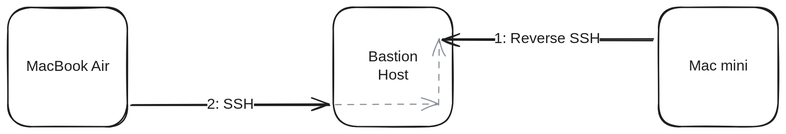
Before: bastion-host/connection-flow.excalidraw.svg, a diagram exported from Excalidraw (kuanchoulai10/mac-setup). Source tidied: one line per element, renumbered; positions are measured from the earlier drawing's top-left corner, leaving out a move shared by most shapes. Source of this version:
```json
{"id": 0, "type": "rectangle", "strokeColor": "#1e1e1e", "strokeWidth": 2, "roughness": 1, "round": true, "x": 0, "y": 0, "width": 163, "height": 163}
{"id": 1, "type": "text", "text": "MacBook Air", "strokeColor": "#1e1e1e", "strokeWidth": 2, "roughness": 1, "fontSize": 20, "fontFamily": 5, "textAlign": "center", "verticalAlign": "middle", "inside": 0, "x": 21, "y": 69, "width": 121, "height": 25}
{"id": 2, "type": "rectangle", "strokeColor": "#1e1e1e", "strokeWidth": 2, "roughness": 1, "round": true, "x": 444, "y": 0, "width": 163, "height": 163}
{"id": 3, "type": "text", "text": "Bastion\nHost", "strokeColor": "#1e1e1e", "strokeWidth": 2, "roughness": 1, "fontSize": 20, "fontFamily": 5, "textAlign": "center", "verticalAlign": "middle", "inside": 2, "x": 488, "y": 57, "width": 76, "height": 50}
{"id": 4, "type": "rectangle", "strokeColor": "#1e1e1e", "strokeWidth": 2, "roughness": 1, "round": true, "x": 889, "y": 0, "width": 163, "height": 163}
{"id": 5, "type": "text", "text": "Mac mini", "strokeColor": "#1e1e1e", "strokeWidth": 2, "roughness": 1, "fontSize": 20, "fontFamily": 5, "textAlign": "center", "verticalAlign": "middle", "inside": 4, "x": 931, "y": 69, "width": 78, "height": 25}
{"id": 6, "type": "arrow", "strokeColor": "#1e1e1e", "strokeWidth": 2, "roughness": 1, "endArrowhead": "arrow", "round": true, "from": 4, "to": 2, "x": 881, "y": 44, "width": 287, "height": 0, "points": [[0, 0], [-287, 0]]}
{"id": 7, "type": "text", "text": "1: Reverse SSH", "strokeColor": "#1e1e1e", "strokeWidth": 2, "roughness": 1, "fontSize": 20, "fontFamily": 5, "textAlign": "center", "verticalAlign": "middle", "inside": 6, "x": 666, "y": 31, "width": 143, "height": 25}
{"id": 8, "type": "arrow", "strokeColor": "#1e1e1e", "strokeWidth": 2, "roughness": 1, "endArrowhead": "arrow", "round": true, "from": 0, "to": 2, "x": 169, "y": 134, "width": 271, "height": 0, "points": [[0, 0], [271, 0]]}
{"id": 9, "type": "text", "text": "2: SSH", "strokeColor": "#1e1e1e", "strokeWidth": 1, "strokeStyle": "dashed", "roughness": 1, "fontSize": 20, "fontFamily": 5, "textAlign": "center", "verticalAlign": "middle", "inside": 8, "x": 280, "y": 121, "width": 64, "height": 25}
{"id": 10, "type": "arrow", "strokeColor": "#868e96", "strokeWidth": 1, "strokeStyle": "dashed", "roughness": 1, "endArrowhead": "arrow", "round": true, "from": 2, "x": 448, "y": 133, "width": 141, "height": 0, "points": [[0, 0], [141, 0]]}
{"id": 11, "type": "arrow", "strokeColor": "#868e96", "strokeWidth": 1, "strokeStyle": "dashed", "roughness": 1, "endArrowhead": "arrow", "round": true, "x": 589, "y": 135, "width": 0, "height": 91, "points": [[0, 0], [0, -91]]}
```
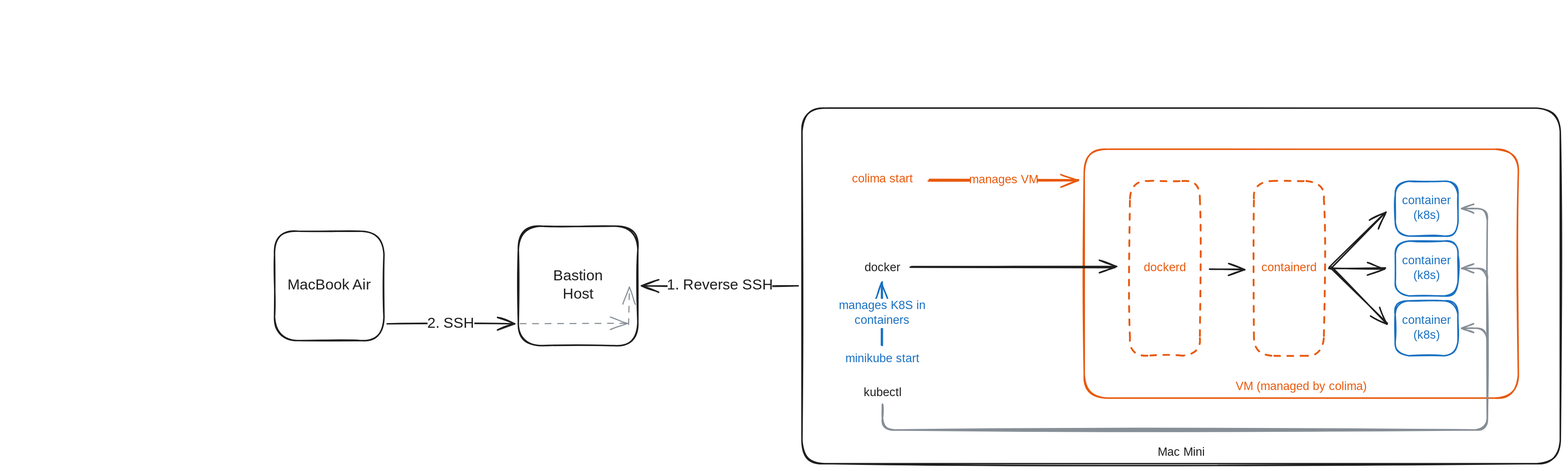
After the commit.

Commit message:
Add SSH configuration for bastion host and local access

- Created mac-mini-config for connecting to the bastion host with reverse tunneling to the Mac mini.
- Created macbook-config for local access through the bastion host, including ProxyJump configuration.
- Both configurations include necessary SSH options for stability and security.

The edit, as a diff of the source:
```diff
@@ -1,12 +1,40 @@
-{"id": 0, "type": "rectangle", "strokeColor": "#1e1e1e", "strokeWidth": 2, "roughness": 1, "round": true, "x": 0, "y": 0, "width": 163, "height": 163}
+{"id": 12, "type": "rectangle", "strokeColor": "#1e1e1e", "strokeWidth": 2, "roughness": 1, "round": true, "x": 1084, "y": 138, "width": 1035, "height": 486}
+{"id": 13, "type": "text", "text": "Mac Mini", "strokeColor": "#1e1e1e", "strokeWidth": 1, "roughness": 1, "fontSize": 16, "fontFamily": 5, "textAlign": "center", "verticalAlign": "bottom", "inside": 12, "x": 1569, "y": 598, "width": 64, "height": 20}
+{"id": 14, "type": "text", "text": "kubectl", "strokeColor": "#1e1e1e", "strokeWidth": 2, "roughness": 1, "fontSize": 16, "fontFamily": 8, "textAlign": "center", "x": 1163, "y": 517, "width": 62, "height": 20}
+{"id": 15, "type": "text", "text": "docker", "strokeColor": "#1e1e1e", "strokeWidth": 2, "roughness": 1, "fontSize": 16, "fontFamily": 8, "textAlign": "center", "x": 1168, "y": 346, "width": 53, "height": 20}
+{"id": 16, "type": "rectangle", "strokeColor": "#e8590c", "strokeWidth": 2, "roughness": 1, "round": true, "x": 1469, "y": 194, "width": 592, "height": 340}
+{"id": 17, "type": "text", "text": "VM (managed by colima)", "strokeColor": "#e8590c", "strokeWidth": 1, "roughness": 1, "fontSize": 16, "fontFamily": 5, "textAlign": "center", "verticalAlign": "bottom", "inside": 16, "x": 1675, "y": 509, "width": 181, "height": 20}
+{"id": 18, "type": "rectangle", "strokeColor": "#e8590c", "strokeWidth": 2, "strokeStyle": "dashed", "roughness": 1, "round": true, "x": 1532, "y": 237, "width": 95, "height": 239}
+{"id": 19, "type": "text", "text": "dockerd", "strokeColor": "#e8590c", "strokeWidth": 1, "roughness": 1, "fontSize": 16, "fontFamily": 5, "textAlign": "center", "verticalAlign": "middle", "inside": 18, "x": 1549, "y": 346, "width": 61, "height": 20}
+{"id": 20, "type": "arrow", "strokeColor": "#1e1e1e", "strokeWidth": 2, "roughness": 1, "endArrowhead": "arrow", "round": true, "from": 18, "to": 21, "x": 1640, "y": 357, "width": 47, "height": 0, "points": [[0, 0], [47, 0]]}
+{"id": 21, "type": "rectangle", "strokeColor": "#e8590c", "strokeWidth": 2, "strokeStyle": "dashed", "roughness": 1, "round": true, "x": 1701, "y": 237, "width": 95, "height": 239}
+{"id": 22, "type": "text", "text": "containerd", "strokeColor": "#e8590c", "strokeWidth": 1, "roughness": 1, "fontSize": 16, "fontFamily": 5, "textAlign": "center", "verticalAlign": "middle", "inside": 21, "x": 1708, "y": 346, "width": 81, "height": 20}
+{"id": 23, "type": "rectangle", "strokeColor": "#1971c2", "strokeWidth": 2, "roughness": 1, "round": true, "x": 1894, "y": 237, "width": 86, "height": 75}
+{"id": 24, "type": "text", "text": "container\n(k8s)", "strokeColor": "#1971c2", "strokeWidth": 1, "roughness": 1, "fontSize": 16, "fontFamily": 5, "textAlign": "center", "verticalAlign": "middle", "inside": 23, "x": 1901, "y": 255, "width": 72, "height": 40}
+{"id": 25, "type": "rectangle", "strokeColor": "#1971c2", "strokeWidth": 2, "roughness": 1, "round": true, "x": 1894, "y": 319, "width": 86, "height": 75}
+{"id": 26, "type": "text", "text": "container\n(k8s)", "strokeColor": "#1971c2", "strokeWidth": 1, "roughness": 1, "fontSize": 16, "fontFamily": 5, "textAlign": "center", "verticalAlign": "middle", "inside": 25, "x": 1901, "y": 337, "width": 72, "height": 40}
+{"id": 27, "type": "rectangle", "strokeColor": "#1971c2", "strokeWidth": 2, "roughness": 1, "round": true, "x": 1894, "y": 401, "width": 86, "height": 75}
+{"id": 28, "type": "text", "text": "container\n(k8s)", "strokeColor": "#1971c2", "strokeWidth": 1, "roughness": 1, "fontSize": 16, "fontFamily": 5, "textAlign": "center", "verticalAlign": "middle", "inside": 27, "x": 1901, "y": 418, "width": 72, "height": 40}
+{"id": 29, "type": "arrow", "strokeColor": "#1e1e1e", "strokeWidth": 2, "roughness": 1, "endArrowhead": "arrow", "round": true, "from": 21, "to": 23, "x": 1804, "y": 356, "width": 75, "height": 75, "points": [[0, 0], [75, -75]]}
+{"id": 30, "type": "arrow", "strokeColor": "#1e1e1e", "strokeWidth": 2, "roughness": 1, "endArrowhead": "arrow", "round": true, "from": 21, "to": 25, "x": 1804, "y": 356, "width": 77, "height": 0, "points": [[0, 0], [77, 0]]}
+{"id": 31, "type": "arrow", "strokeColor": "#1e1e1e", "strokeWidth": 2, "roughness": 1, "endArrowhead": "arrow", "round": true, "from": 21, "to": 27, "x": 1805, "y": 356, "width": 77, "height": 77, "points": [[0, 0], [77, 77]]}
+{"id": 32, "type": "text", "text": "colima start", "strokeColor": "#e8590c", "strokeWidth": 2, "roughness": 1, "fontSize": 16, "fontFamily": 8, "textAlign": "center", "x": 1141, "y": 225, "width": 106, "height": 20}
+{"id": 33, "type": "arrow", "strokeColor": "#e8590c", "strokeWidth": 2, "roughness": 1, "endArrowhead": "arrow", "round": true, "from": 32, "to": 16, "x": 1258, "y": 236, "width": 204, "height": 0, "points": [[0, 0], [204, 0]]}
+{"id": 34, "type": "text", "text": "manages VM", "strokeColor": "#e8590c", "strokeWidth": 1, "roughness": 1, "fontSize": 16, "fontFamily": 5, "textAlign": "center", "verticalAlign": "middle", "inside": 33, "x": 1314, "y": 226, "width": 92, "height": 20}
+{"id": 35, "type": "arrow", "strokeColor": "#1e1e1e", "strokeWidth": 2, "roughness": 1, "endArrowhead": "arrow", "round": true, "from": 15, "to": 18, "x": 1233, "y": 354, "width": 279, "height": 0, "points": [[0, 0], [279, 0]]}
+{"id": 36, "type": "text", "text": "minikube start", "strokeColor": "#1971c2", "strokeWidth": 2, "roughness": 1, "fontSize": 16, "fontFamily": 8, "textAlign": "center", "x": 1132, "y": 470, "width": 123, "height": 20}
+{"id": 37, "type": "arrow", "strokeColor": "#1971c2", "strokeWidth": 2, "roughness": 1, "endArrowhead": "arrow", "round": true, "from": 36, "to": 15, "x": 1193, "y": 461, "width": 0, "height": 85, "points": [[0, 0], [0, -85]]}
+{"id": 38, "type": "text", "text": "manages K8S in\ncontainers", "strokeColor": "#1971c2", "strokeWidth": 2, "roughness": 1, "fontSize": 16, "fontFamily": 5, "textAlign": "center", "verticalAlign": "middle", "inside": 37, "x": 1134, "y": 398, "width": 119, "height": 40}
+{"id": 39, "type": "arrow", "strokeColor": "#868e96", "strokeWidth": 2, "roughness": 1, "endArrowhead": "arrow", "from": 14, "to": 27, "x": 1194, "y": 542, "width": 825, "height": 139, "points": [[0, 0], [0, 35], [825, 35], [825, -104], [790, -104]]}
+{"id": 40, "type": "arrow", "strokeColor": "#868e96", "strokeWidth": 2, "roughness": 1, "endArrowhead": "arrow", "from": 14, "to": 25, "x": 1194, "y": 542, "width": 825, "height": 220, "points": [[0, 0], [0, 35], [825, 35], [825, -185], [790, -185]]}
+{"id": 41, "type": "arrow", "strokeColor": "#868e96", "strokeWidth": 2, "roughness": 1, "endArrowhead": "arrow", "from": 14, "to": 23, "x": 1194, "y": 542, "width": 825, "height": 302, "points": [[0, 0], [0, 35], [825, 35], [825, -267], [790, -267]]}
+{"id": 42, "type": "rectangle", "strokeColor": "#1e1e1e", "strokeWidth": 2, "roughness": 1, "round": true, "x": 364, "y": 306, "width": 149, "height": 149}
-{"id": 1, "type": "text", "text": "MacBook Air", "strokeColor": "#1e1e1e", "strokeWidth": 2, "roughness": 1, "fontSize": 20, "fontFamily": 5, "textAlign": "center", "verticalAlign": "middle", "inside": 0, "x": 21, "y": 69, "width": 121, "height": 25}
+{"id": 1, "type": "text", "text": "MacBook Air", "strokeColor": "#1e1e1e", "strokeWidth": 1, "roughness": 1, "fontSize": 20, "fontFamily": 5, "textAlign": "center", "verticalAlign": "middle", "inside": 42, "x": 378, "y": 368, "width": 121, "height": 25}
-{"id": 2, "type": "rectangle", "strokeColor": "#1e1e1e", "strokeWidth": 2, "roughness": 1, "round": true, "x": 444, "y": 0, "width": 163, "height": 163}
+{"id": 43, "type": "rectangle", "strokeColor": "#1e1e1e", "strokeWidth": 2, "roughness": 1, "round": true, "x": 697, "y": 299, "width": 163, "height": 163}
-{"id": 3, "type": "text", "text": "Bastion\nHost", "strokeColor": "#1e1e1e", "strokeWidth": 2, "roughness": 1, "fontSize": 20, "fontFamily": 5, "textAlign": "center", "verticalAlign": "middle", "inside": 2, "x": 488, "y": 57, "width": 76, "height": 50}
+{"id": 3, "type": "text", "text": "Bastion\nHost", "strokeColor": "#1e1e1e", "strokeWidth": 2, "roughness": 1, "fontSize": 20, "fontFamily": 5, "textAlign": "center", "verticalAlign": "middle", "inside": 43, "x": 740, "y": 355, "width": 76, "height": 50}
-{"id": 4, "type": "rectangle", "strokeColor": "#1e1e1e", "strokeWidth": 2, "roughness": 1, "round": true, "x": 889, "y": 0, "width": 163, "height": 163}
-{"id": 5, "type": "text", "text": "Mac mini", "strokeColor": "#1e1e1e", "strokeWidth": 2, "roughness": 1, "fontSize": 20, "fontFamily": 5, "textAlign": "center", "verticalAlign": "middle", "inside": 4, "x": 931, "y": 69, "width": 78, "height": 25}
-{"id": 6, "type": "arrow", "strokeColor": "#1e1e1e", "strokeWidth": 2, "roughness": 1, "endArrowhead": "arrow", "round": true, "from": 4, "to": 2, "x": 881, "y": 44, "width": 287, "height": 0, "points": [[0, 0], [-287, 0]]}
-{"id": 7, "type": "text", "text": "1: Reverse SSH", "strokeColor": "#1e1e1e", "strokeWidth": 2, "roughness": 1, "fontSize": 20, "fontFamily": 5, "textAlign": "center", "verticalAlign": "middle", "inside": 6, "x": 666, "y": 31, "width": 143, "height": 25}
-{"id": 8, "type": "arrow", "strokeColor": "#1e1e1e", "strokeWidth": 2, "roughness": 1, "endArrowhead": "arrow", "round": true, "from": 0, "to": 2, "x": 169, "y": 134, "width": 271, "height": 0, "points": [[0, 0], [271, 0]]}
-{"id": 9, "type": "text", "text": "2: SSH", "strokeColor": "#1e1e1e", "strokeWidth": 1, "strokeStyle": "dashed", "roughness": 1, "fontSize": 20, "fontFamily": 5, "textAlign": "center", "verticalAlign": "middle", "inside": 8, "x": 280, "y": 121, "width": 64, "height": 25}
-{"id": 10, "type": "arrow", "strokeColor": "#868e96", "strokeWidth": 1, "strokeStyle": "dashed", "roughness": 1, "endArrowhead": "arrow", "round": true, "from": 2, "x": 448, "y": 133, "width": 141, "height": 0, "points": [[0, 0], [141, 0]]}
-{"id": 11, "type": "arrow", "strokeColor": "#868e96", "strokeWidth": 1, "strokeStyle": "dashed", "roughness": 1, "endArrowhead": "arrow", "round": true, "x": 589, "y": 135, "width": 0, "height": 91, "points": [[0, 0], [0, -91]]}
+{"id": 44, "type": "arrow", "strokeColor": "#868e96", "strokeWidth": 1, "strokeStyle": "dashed", "roughness": 1, "endArrowhead": "arrow", "round": true, "x": 701, "y": 432, "width": 146, "height": 0, "points": [[0, 0], [146, 0]]}
+{"id": 45, "type": "arrow", "strokeColor": "#868e96", "strokeWidth": 1, "strokeStyle": "dashed", "roughness": 1, "endArrowhead": "arrow", "round": true, "x": 848, "y": 434, "width": 0, "height": 52, "points": [[0, 0], [0, -52]]}
+{"id": 46, "type": "arrow", "strokeColor": "#1e1e1e", "strokeWidth": 2, "roughness": 1, "startArrowhead": "arrow", "from": 43, "to": 42, "x": 692, "y": 432, "width": 174, "height": 0, "points": [[0, 0], [-174, 0]]}
+{"id": 47, "type": "text", "text": "2. SSH", "strokeColor": "#1e1e1e", "strokeWidth": 2, "roughness": 1, "fontSize": 20, "fontFamily": 5, "textAlign": "center", "verticalAlign": "middle", "inside": 46, "x": 573, "y": 420, "width": 64, "height": 25}
+{"id": 48, "type": "arrow", "strokeColor": "#1e1e1e", "strokeWidth": 2, "roughness": 1, "startArrowhead": "arrow", "from": 43, "to": 12, "x": 865, "y": 380, "width": 214, "height": 0, "points": [[0, 0], [214, 0]]}
+{"id": 49, "type": "text", "text": "1. Reverse SSH", "strokeColor": "#1e1e1e", "strokeWidth": 2, "roughness": 1, "fontSize": 20, "fontFamily": 5, "textAlign": "center", "verticalAlign": "middle", "inside": 48, "x": 901, "y": 368, "width": 143, "height": 25}
```
